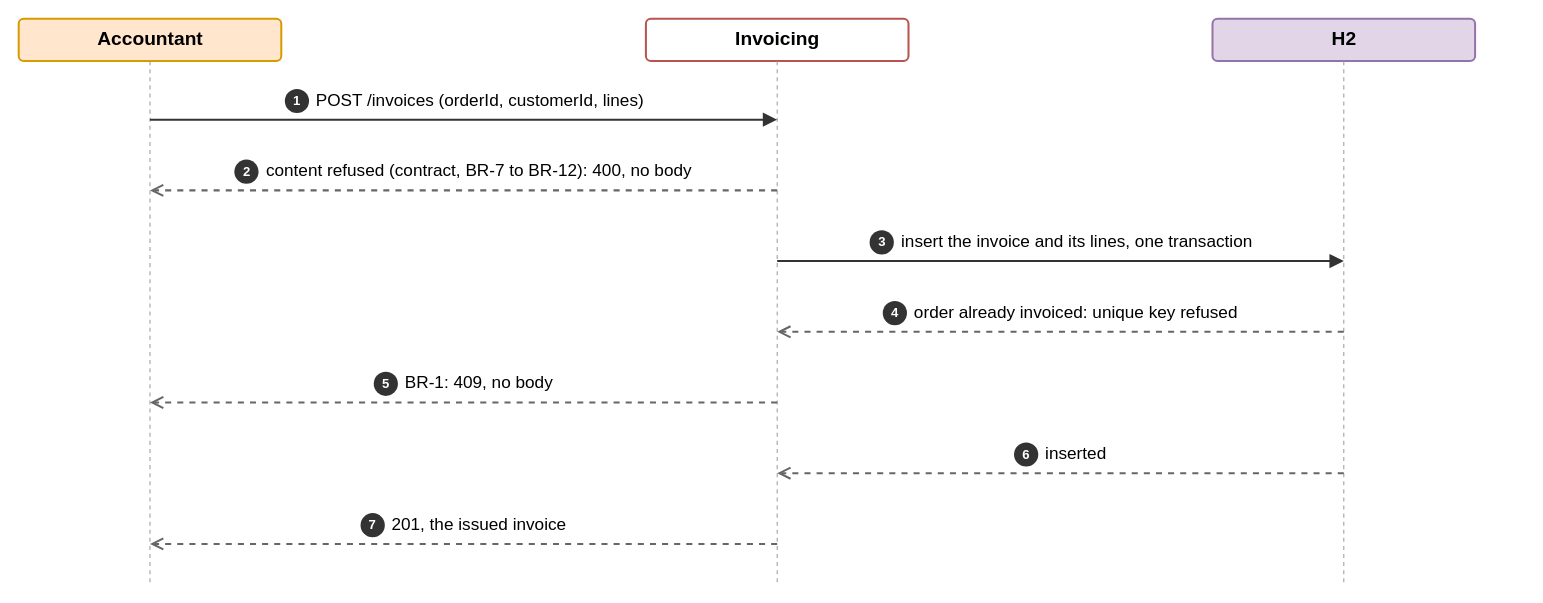
Above: page "Dynamic - Issue an invoice" (4 of 5) of docs/architecture/c4.drawio in elie29/partition-commerce (draw.io), before the change. Source tidied: cells renumbered, new cells numbered last; positions are measured from the earlier drawing's top-left corner, leaving out a move shared by most shapes. Both pictures are drawn from the tidied source at 101%, with x=0, y=0 at pixel (18, 18).
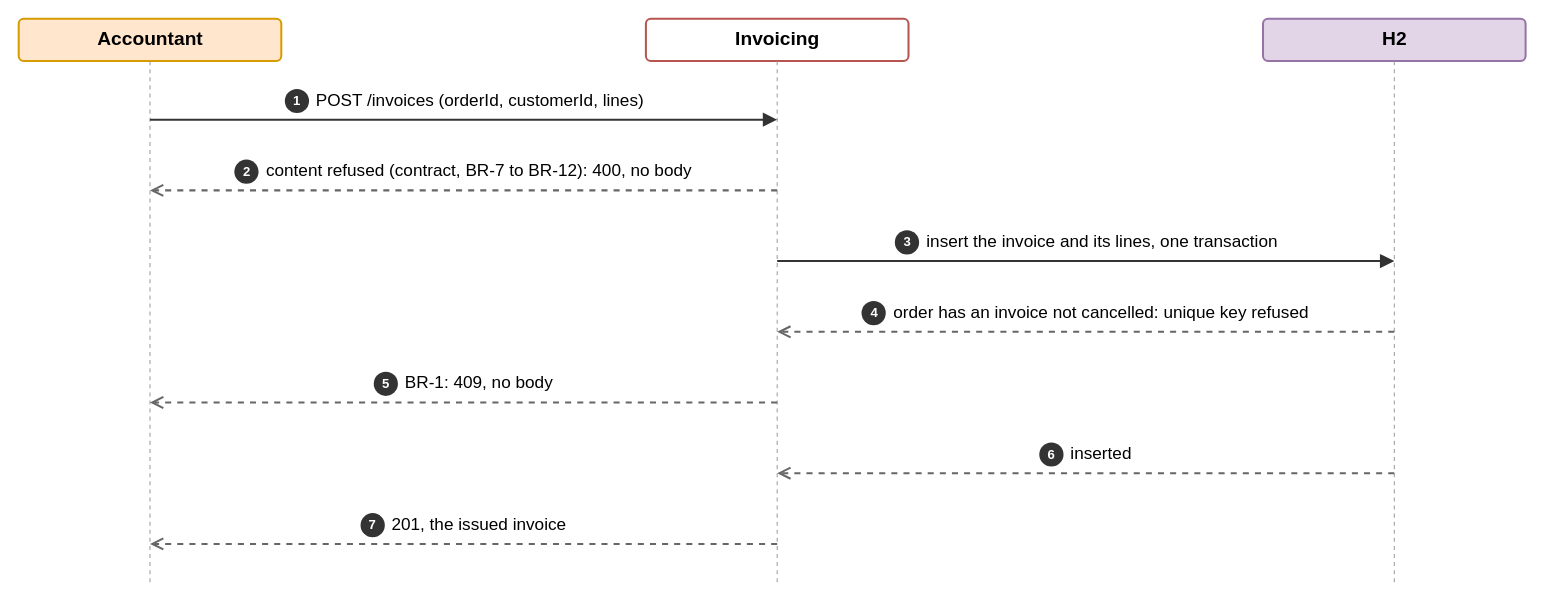
Above is the later version.

Diff of the diagram source:
```diff
@@
-    <mxCell id="4" value="&lt;b&gt;H2&lt;/b&gt;" style="rounded=1;absoluteArcSize=1;arcSize=10;html=1;fillColor=#e1d5e7;strokeColor=#9673a6;strokeWidth=2;fontColor=#000000;fontFamily=IBM Plex Sans;fontSize=19;partition=55Yf4BeX7v;" parent="1" vertex="1">
-      <mxGeometry x="1182" width="260" height="42" as="geometry" />
+    <mxCell id="4" value="&lt;b&gt;H2&lt;/b&gt;" style="rounded=1;absoluteArcSize=1;arcSize=10;html=1;fillColor=#e1d5e7;strokeColor=#9673a6;strokeWidth=2;fontColor=#000000;fontFamily=IBM Plex Sans;fontSize=19;partition=4y7O7Tu078;" parent="1" vertex="1">
+      <mxGeometry x="1232" width="260" height="42" as="geometry" />
     </mxCell>
@@
-    <mxCell id="7" style="endArrow=none;strokeColor=#999999;strokeWidth=1;html=1;dashed=1;dashPattern=4 4;partition=ER6w72UT_n;" parent="1" edge="1">
+    <mxCell id="7" style="endArrow=none;strokeColor=#999999;strokeWidth=1;html=1;dashed=1;dashPattern=4 4;partition=_vcZjLgkdQ;" parent="1" edge="1">
       <mxGeometry relative="1" as="geometry">
-        <mxPoint x="1312" y="42" as="sourcePoint" />
-        <mxPoint x="1312" y="560" as="targetPoint" />
+        <mxPoint x="1362" y="42" as="sourcePoint" />
+        <mxPoint x="1362" y="560" as="targetPoint" />
       </mxGeometry>
     </mxCell>
@@
-    <mxCell id="10" value="&lt;span style=&quot;display:inline-block;width:24px;height:24px;line-height:24px;border-radius:12px;background:#333333;color:#fff;font-weight:600;font-size:13px;text-align:center;margin-right:7px;vertical-align:middle&quot;&gt;3&lt;/span&gt;insert the invoice and its lines, one transaction" style="endArrow=block;endFill=1;endSize=9;strokeColor=#333333;strokeWidth=2;dashed=0;html=1;fontFamily=IBM Plex Sans;fontSize=17;fontColor=#000000;verticalAlign=bottom;align=center;labelBackgroundColor=none;spacingBottom=4;partition=jnWJgZu4qN;" parent="1" edge="1">
+    <mxCell id="10" value="&lt;span style=&quot;display:inline-block;width:24px;height:24px;line-height:24px;border-radius:12px;background:#333333;color:#fff;font-weight:600;font-size:13px;text-align:center;margin-right:7px;vertical-align:middle&quot;&gt;3&lt;/span&gt;insert the invoice and its lines, one transaction" style="endArrow=block;endFill=1;endSize=9;strokeColor=#333333;strokeWidth=2;dashed=0;html=1;fontFamily=IBM Plex Sans;fontSize=17;fontColor=#000000;verticalAlign=bottom;align=center;labelBackgroundColor=none;spacingBottom=4;partition=KjkXN6y9iU;" parent="1" edge="1">
       <mxGeometry relative="1" as="geometry">
         <mxPoint x="751" y="240" as="sourcePoint" />
-        <mxPoint x="1312" y="240" as="targetPoint" />
+        <mxPoint x="1362" y="240" as="targetPoint" />
       </mxGeometry>
     </mxCell>
-    <mxCell id="11" value="&lt;span style=&quot;display:inline-block;width:24px;height:24px;line-height:24px;border-radius:12px;background:#333333;color:#fff;font-weight:600;font-size:13px;text-align:center;margin-right:7px;vertical-align:middle&quot;&gt;4&lt;/span&gt;order already invoiced: unique key refused" style="endArrow=open;endFill=1;endSize=9;strokeColor=#666666;strokeWidth=2;dashed=1;html=1;fontFamily=IBM Plex Sans;fontSize=17;fontColor=#000000;verticalAlign=bottom;align=center;labelBackgroundColor=none;spacingBottom=4;partition=wxhGOODC9s;" parent="1" edge="1">
+    <mxCell id="11" value="&lt;span style=&quot;display:inline-block;width:24px;height:24px;line-height:24px;border-radius:12px;background:#333333;color:#fff;font-weight:600;font-size:13px;text-align:center;margin-right:7px;vertical-align:middle&quot;&gt;4&lt;/span&gt;order has an invoice not cancelled: unique key refused" style="endArrow=open;endFill=1;endSize=9;strokeColor=#666666;strokeWidth=2;dashed=1;html=1;fontFamily=IBM Plex Sans;fontSize=17;fontColor=#000000;verticalAlign=bottom;align=center;labelBackgroundColor=none;spacingBottom=4;partition=EGOJDKMcwk;" parent="1" edge="1">
       <mxGeometry relative="1" as="geometry">
-        <mxPoint x="1312" y="310" as="sourcePoint" />
+        <mxPoint x="1362" y="310" as="sourcePoint" />
         <mxPoint x="751" y="310" as="targetPoint" />
       </mxGeometry>
     </mxCell>
@@
-    <mxCell id="13" value="&lt;span style=&quot;display:inline-block;width:24px;height:24px;line-height:24px;border-radius:12px;background:#333333;color:#fff;font-weight:600;font-size:13px;text-align:center;margin-right:7px;vertical-align:middle&quot;&gt;6&lt;/span&gt;inserted" style="endArrow=open;endFill=1;endSize=9;strokeColor=#666666;strokeWidth=2;dashed=1;html=1;fontFamily=IBM Plex Sans;fontSize=17;fontColor=#000000;verticalAlign=bottom;align=center;labelBackgroundColor=none;spacingBottom=4;partition=LLAEimiGe7;" parent="1" edge="1">
+    <mxCell id="13" value="&lt;span style=&quot;display:inline-block;width:24px;height:24px;line-height:24px;border-radius:12px;background:#333333;color:#fff;font-weight:600;font-size:13px;text-align:center;margin-right:7px;vertical-align:middle&quot;&gt;6&lt;/span&gt;inserted" style="endArrow=open;endFill=1;endSize=9;strokeColor=#666666;strokeWidth=2;dashed=1;html=1;fontFamily=IBM Plex Sans;fontSize=17;fontColor=#000000;verticalAlign=bottom;align=center;labelBackgroundColor=none;spacingBottom=4;partition=Pefj5ZXk82;" parent="1" edge="1">
       <mxGeometry relative="1" as="geometry">
-        <mxPoint x="1312" y="450" as="sourcePoint" />
+        <mxPoint x="1362" y="450" as="sourcePoint" />
         <mxPoint x="751" y="450" as="targetPoint" />
       </mxGeometry>
     </mxCell>
```
